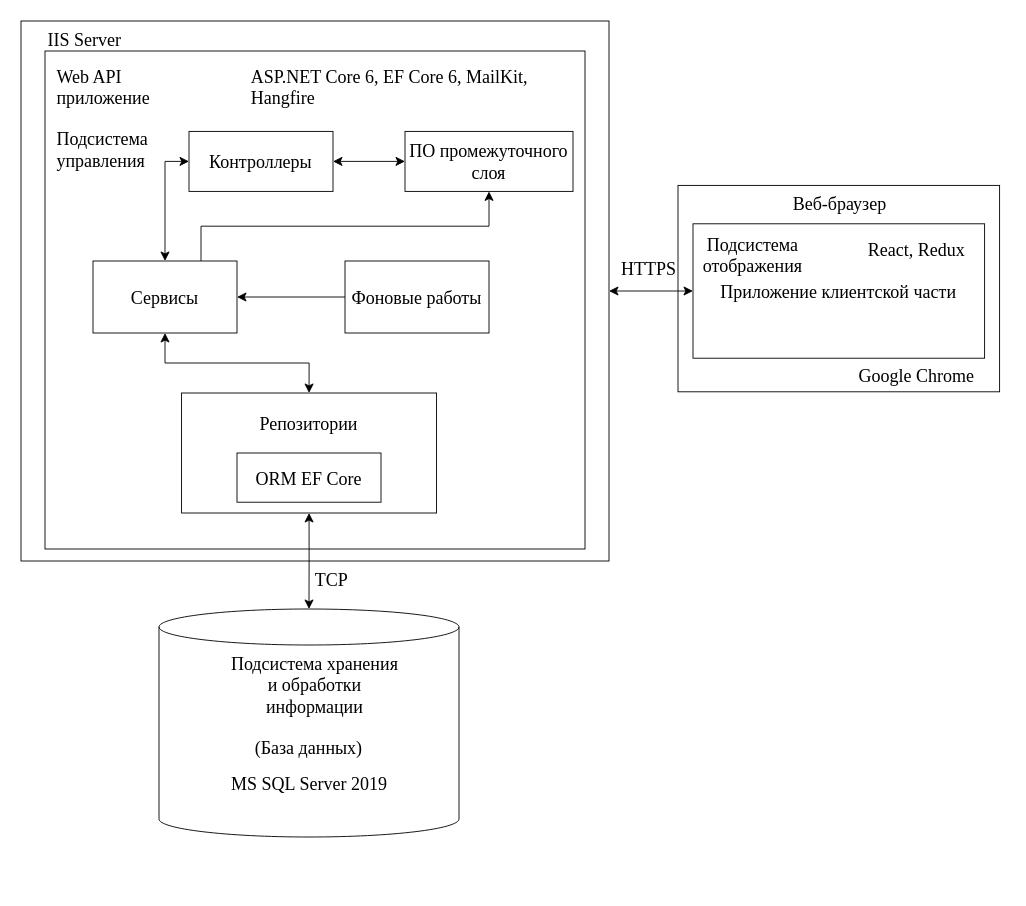
The draw.io diagram Docs/AppArchitechture.drawio in l1mb/BetterSave, before the edit. Source tidied: cells renumbered, new cells numbered last; positions are measured from the earlier drawing's top-left corner, leaving out a move shared by most shapes. Both pictures are drawn from the tidied source at 120%, with x=0, y=0 at pixel (20, 20).
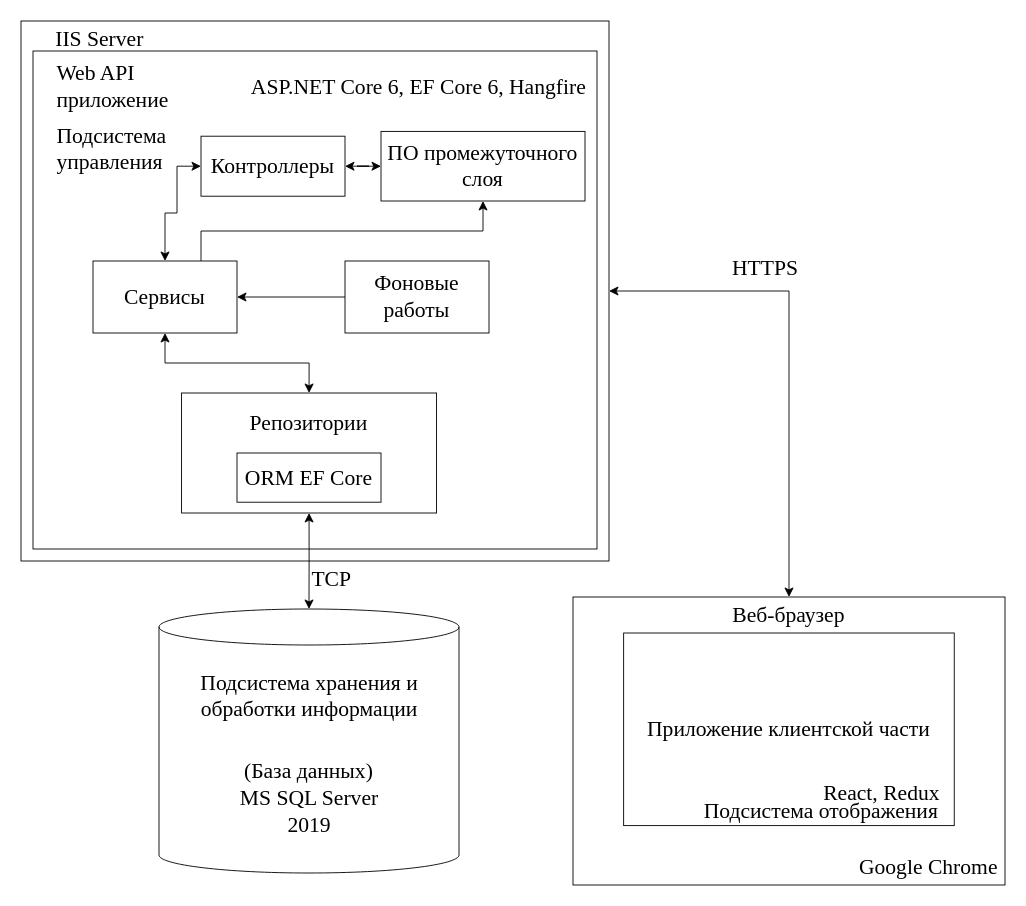
Above is the later version.

Diff of the diagram source:
```diff
@@
-    <mxCell id="2" style="rounded=0;whiteSpace=wrap;html=1;strokeColor=default;fontFamily=Times New Roman;fontSize=15;fontColor=default;fillColor=default;strokeWidth=0.75;" parent="1" vertex="1">
+    <mxCell id="2" style="rounded=0;whiteSpace=wrap;html=1;strokeColor=default;fontFamily=Times New Roman;fontSize=18;fontColor=default;fillColor=default;strokeWidth=0.75;" parent="1" vertex="1">
       <mxGeometry width="490" height="450" as="geometry" />
     </mxCell>
-    <mxCell id="3" style="rounded=0;whiteSpace=wrap;html=1;fontSize=15;fontFamily=Times New Roman;strokeWidth=0.75;" parent="1" vertex="1">
-      <mxGeometry x="547.5" y="137" width="268" height="172" as="geometry" />
+    <mxCell id="3" style="rounded=0;whiteSpace=wrap;html=1;fontSize=18;fontFamily=Times New Roman;strokeWidth=0.75;" parent="1" vertex="1">
+      <mxGeometry x="460" y="480" width="360" height="240" as="geometry" />
     </mxCell>
-    <mxCell id="4" style="rounded=0;jettySize=auto;html=1;exitX=0;exitY=0.5;exitDx=0;exitDy=0;fontFamily=Times New Roman;fontSize=15;fontColor=default;startArrow=classic;startFill=1;entryX=1;entryY=0.5;entryDx=0;entryDy=0;strokeWidth=0.75;" parent="1" edge="1" source="5" target="2">
+    <mxCell id="4" style="rounded=0;jettySize=auto;html=1;exitX=0.5;exitY=0;exitDx=0;exitDy=0;fontFamily=Times New Roman;fontSize=18;fontColor=default;startArrow=classic;startFill=1;entryX=1;entryY=0.5;entryDx=0;entryDy=0;strokeWidth=0.75;edgeStyle=orthogonalEdgeStyle;" parent="1" edge="1" source="3" target="2">
       <mxGeometry relative="1" as="geometry" />
     </mxCell>
-    <mxCell id="5" value="Приложение клиентской части" style="rounded=0;whiteSpace=wrap;html=1;fontSize=15;fontFamily=Times New Roman;strokeWidth=0.75;" parent="1" vertex="1">
-      <mxGeometry x="560" y="169" width="243" height="112" as="geometry" />
+    <mxCell id="5" value="Приложение клиентской части" style="rounded=0;whiteSpace=wrap;html=1;fontSize=18;fontFamily=Times New Roman;strokeWidth=0.75;" parent="1" vertex="1">
+      <mxGeometry x="502.2" y="510" width="275.5" height="160.5" as="geometry" />
     </mxCell>
-    <mxCell id="6" style="rounded=0;whiteSpace=wrap;html=1;fontSize=15;fontFamily=Times New Roman;strokeWidth=0.75;" parent="1" vertex="1">
-      <mxGeometry x="20" y="25" width="450" height="415" as="geometry" />
+    <mxCell id="6" style="rounded=0;whiteSpace=wrap;html=1;fontSize=18;fontFamily=Times New Roman;strokeWidth=0.75;" parent="1" vertex="1">
+      <mxGeometry x="10" y="25" width="470" height="415" as="geometry" />
     </mxCell>
-    <mxCell id="7" value="Подсистема отображения" style="text;html=1;strokeColor=none;fillColor=none;align=center;verticalAlign=middle;whiteSpace=wrap;rounded=0;fontSize=15;fontFamily=Times New Roman;strokeWidth=0.75;" parent="1" vertex="1">
-      <mxGeometry x="570" y="174.5" width="80" height="40" as="geometry" />
+    <mxCell id="7" value="Подсистема отображения" style="text;html=1;strokeColor=none;fillColor=none;align=center;verticalAlign=middle;whiteSpace=wrap;rounded=0;fontSize=18;fontFamily=Times New Roman;strokeWidth=0.75;" parent="1" vertex="1">
+      <mxGeometry x="566.5" y="639" width="200" height="40" as="geometry" />
     </mxCell>
-    <mxCell id="8" value="Веб-браузер" style="text;html=1;strokeColor=none;fillColor=none;align=center;verticalAlign=middle;whiteSpace=wrap;rounded=0;fontSize=15;fontFamily=Times New Roman;strokeWidth=0.75;" parent="1" vertex="1">
-      <mxGeometry x="634.5" y="137" width="95" height="30" as="geometry" />
+    <mxCell id="8" value="Веб-браузер" style="text;html=1;strokeColor=none;fillColor=none;align=center;verticalAlign=middle;whiteSpace=wrap;rounded=0;fontSize=18;fontFamily=Times New Roman;strokeWidth=0.75;" parent="1" vertex="1">
+      <mxGeometry x="570" y="480" width="140" height="30" as="geometry" />
     </mxCell>
-    <mxCell id="9" value="Web API приложение" style="text;html=1;strokeColor=none;fillColor=none;align=left;verticalAlign=middle;whiteSpace=wrap;rounded=0;fontFamily=Times New Roman;fontSize=15;strokeWidth=0.75;" parent="1" vertex="1">
-      <mxGeometry x="27.5" y="40" width="132.5" height="30" as="geometry" />
+    <mxCell id="9" value="Web API приложение" style="text;html=1;strokeColor=none;fillColor=none;align=left;verticalAlign=middle;whiteSpace=wrap;rounded=0;fontFamily=Times New Roman;fontSize=18;strokeWidth=0.75;" parent="1" vertex="1">
+      <mxGeometry x="27.5" y="40" width="152.5" height="30" as="geometry" />
     </mxCell>
-    <mxCell id="10" value="ASP.NET Core 6, EF Core 6, MailKit, Hangfire" style="text;html=1;strokeColor=none;fillColor=none;align=left;verticalAlign=middle;whiteSpace=wrap;rounded=0;fontFamily=Times New Roman;fontSize=15;strokeWidth=0.75;" parent="1" vertex="1">
-      <mxGeometry x="190" y="40" width="280" height="30" as="geometry" />
+    <mxCell id="10" value="ASP.NET Core 6, EF Core 6, Hangfire" style="text;html=1;strokeColor=none;fillColor=none;align=left;verticalAlign=middle;whiteSpace=wrap;rounded=0;fontFamily=Times New Roman;fontSize=18;strokeWidth=0.75;" parent="1" vertex="1">
+      <mxGeometry x="190" y="40" width="310" height="30" as="geometry" />
     </mxCell>
-    <mxCell id="11" style="shape=cylinder3;whiteSpace=wrap;html=1;boundedLbl=1;backgroundOutline=1;size=15;fontFamily=Times New Roman;fontSize=15;strokeWidth=0.75;" parent="1" vertex="1">
-      <mxGeometry x="115" y="490" width="250" height="190" as="geometry" />
+    <mxCell id="11" style="shape=cylinder3;whiteSpace=wrap;html=1;boundedLbl=1;backgroundOutline=1;size=15;fontFamily=Times New Roman;fontSize=18;strokeWidth=0.75;" parent="1" vertex="1">
+      <mxGeometry x="115" y="490" width="250" height="220" as="geometry" />
     </mxCell>
-    <mxCell id="12" value="TCP" style="text;html=1;strokeColor=none;fillColor=none;align=center;verticalAlign=middle;whiteSpace=wrap;rounded=0;fontFamily=Times New Roman;fontSize=15;strokeWidth=0.75;" parent="1" vertex="1">
+    <mxCell id="12" value="TCP" style="text;html=1;strokeColor=none;fillColor=none;align=center;verticalAlign=middle;whiteSpace=wrap;rounded=0;fontFamily=Times New Roman;fontSize=18;strokeWidth=0.75;" parent="1" vertex="1">
       <mxGeometry x="229" y="450" width="60" height="30" as="geometry" />
     </mxCell>
-    <mxCell id="13" value="Подсистема хранения и обработки информации" style="text;html=1;strokeColor=none;fillColor=none;align=center;verticalAlign=middle;whiteSpace=wrap;rounded=0;fontFamily=Times New Roman;fontSize=15;strokeWidth=0.75;" parent="1" vertex="1">
-      <mxGeometry x="170" y="530" width="150" height="45" as="geometry" />
+    <mxCell id="13" value="Подсистема хранения и обработки информации" style="text;html=1;strokeColor=none;fillColor=none;align=center;verticalAlign=middle;whiteSpace=wrap;rounded=0;fontFamily=Times New Roman;fontSize=18;strokeWidth=0.75;" parent="1" vertex="1">
+      <mxGeometry x="143.8" y="540" width="192.5" height="45" as="geometry" />
     </mxCell>
-    <mxCell id="14" value="(База данных)" style="text;html=1;strokeColor=none;fillColor=none;align=center;verticalAlign=middle;whiteSpace=wrap;rounded=0;fontFamily=Times New Roman;fontSize=15;strokeWidth=0.75;" parent="1" vertex="1">
-      <mxGeometry x="185" y="590" width="110" height="30" as="geometry" />
+    <mxCell id="14" value="(База данных)" style="text;html=1;strokeColor=none;fillColor=none;align=center;verticalAlign=middle;whiteSpace=wrap;rounded=0;fontFamily=Times New Roman;fontSize=18;strokeWidth=0.75;" parent="1" vertex="1">
+      <mxGeometry x="185" y="610" width="110" height="30" as="geometry" />
     </mxCell>
-    <mxCell id="15" value="MS SQL Server 2019" style="text;html=1;strokeColor=none;fillColor=none;align=center;verticalAlign=middle;whiteSpace=wrap;rounded=0;fontFamily=Times New Roman;fontSize=15;strokeWidth=0.75;" parent="1" vertex="1">
-      <mxGeometry x="172.5" y="620" width="135" height="30" as="geometry" />
+    <mxCell id="15" value="MS SQL Server 2019" style="text;html=1;strokeColor=none;fillColor=none;align=center;verticalAlign=middle;whiteSpace=wrap;rounded=0;fontFamily=Times New Roman;fontSize=18;strokeWidth=0.75;" parent="1" vertex="1">
+      <mxGeometry x="162.5" y="644" width="155" height="30" as="geometry" />
     </mxCell>
-    <mxCell id="16" value="React, Redux" style="text;html=1;strokeColor=none;fillColor=none;align=center;verticalAlign=middle;whiteSpace=wrap;rounded=0;fontFamily=Times New Roman;fontSize=15;strokeWidth=0.75;" parent="1" vertex="1">
-      <mxGeometry x="690" y="174.5" width="113" height="30" as="geometry" />
+    <mxCell id="16" value="React, Redux" style="text;html=1;strokeColor=none;fillColor=none;align=center;verticalAlign=middle;whiteSpace=wrap;rounded=0;fontFamily=Times New Roman;fontSize=18;strokeWidth=0.75;" parent="1" vertex="1">
+      <mxGeometry x="661" y="629" width="113" height="30" as="geometry" />
     </mxCell>
-    <mxCell id="17" value="Подсистема управления" style="text;html=1;strokeColor=none;fillColor=none;align=left;verticalAlign=middle;whiteSpace=wrap;rounded=0;fontFamily=Times New Roman;fontSize=15;strokeWidth=0.75;" parent="1" vertex="1">
+    <mxCell id="17" value="Подсистема управления" style="text;html=1;strokeColor=none;fillColor=none;align=left;verticalAlign=middle;whiteSpace=wrap;rounded=0;fontFamily=Times New Roman;fontSize=18;strokeWidth=0.75;" parent="1" vertex="1">
       <mxGeometry x="27.5" y="92" width="80" height="30" as="geometry" />
     </mxCell>
-    <mxCell id="18" value="Google Chrome" style="text;html=1;strokeColor=none;fillColor=none;align=center;verticalAlign=middle;whiteSpace=wrap;rounded=0;fontFamily=Times New Roman;fontSize=15;strokeWidth=0.75;" parent="1" vertex="1">
-      <mxGeometry x="683" y="280" width="127" height="30" as="geometry" />
+    <mxCell id="18" value="Google Chrome" style="text;html=1;strokeColor=none;fillColor=none;align=center;verticalAlign=middle;whiteSpace=wrap;rounded=0;fontFamily=Times New Roman;fontSize=18;strokeWidth=0.75;" parent="1" vertex="1">
+      <mxGeometry x="693" y="690" width="127" height="30" as="geometry" />
     </mxCell>
-    <mxCell id="19" style="edgeStyle=orthogonalEdgeStyle;rounded=0;jettySize=auto;html=1;entryX=1;entryY=0.5;entryDx=0;entryDy=0;fontFamily=Times New Roman;fontSize=15;fontColor=default;startArrow=classic;startFill=1;strokeWidth=0.75;" parent="1" edge="1" source="20" target="22">
+    <mxCell id="19" style="edgeStyle=orthogonalEdgeStyle;rounded=0;jettySize=auto;html=1;entryX=1;entryY=0.5;entryDx=0;entryDy=0;fontFamily=Times New Roman;fontSize=18;fontColor=default;startArrow=classic;startFill=1;strokeWidth=0.75;" parent="1" edge="1" source="20" target="22">
       <mxGeometry relative="1" as="geometry" />
     </mxCell>
-    <mxCell id="20" value="ПО промежуточного слоя" style="rounded=0;whiteSpace=wrap;html=1;fontFamily=Times New Roman;fontSize=15;strokeWidth=0.75;" parent="1" vertex="1">
-      <mxGeometry x="320" y="92" width="140" height="50" as="geometry" />
+    <mxCell id="20" value="ПО промежуточного слоя" style="rounded=0;whiteSpace=wrap;html=1;fontFamily=Times New Roman;fontSize=18;strokeWidth=0.75;" parent="1" vertex="1">
+      <mxGeometry x="300" y="92" width="170" height="58" as="geometry" />
     </mxCell>
-    <mxCell id="21" style="edgeStyle=orthogonalEdgeStyle;rounded=0;jettySize=auto;html=1;exitX=0;exitY=0.5;exitDx=0;exitDy=0;entryX=0.5;entryY=0;entryDx=0;entryDy=0;fontFamily=Times New Roman;fontSize=15;fontColor=default;startArrow=classic;startFill=1;strokeWidth=0.75;" parent="1" edge="1" source="22" target="25">
-      <mxGeometry relative="1" as="geometry" />
+    <mxCell id="21" style="edgeStyle=orthogonalEdgeStyle;rounded=0;jettySize=auto;html=1;exitX=0;exitY=0.5;exitDx=0;exitDy=0;entryX=0.5;entryY=0;entryDx=0;entryDy=0;fontFamily=Times New Roman;fontSize=18;fontColor=default;startArrow=classic;startFill=1;strokeWidth=0.75;" parent="1" edge="1" source="22" target="25">
+      <mxGeometry relative="1" as="geometry">
+        <Array as="points">
+          <mxPoint x="130" y="121" />
+          <mxPoint x="130" y="160" />
+          <mxPoint x="120" y="160" />
+        </Array>
+      </mxGeometry>
     </mxCell>
-    <mxCell id="22" value="Контроллеры" style="rounded=0;whiteSpace=wrap;html=1;fontFamily=Times New Roman;fontSize=15;strokeWidth=0.75;" parent="1" vertex="1">
-      <mxGeometry x="140" y="92" width="120" height="50" as="geometry" />
+    <mxCell id="22" value="Контроллеры" style="rounded=0;whiteSpace=wrap;html=1;fontFamily=Times New Roman;fontSize=18;strokeWidth=0.75;" parent="1" vertex="1">
+      <mxGeometry x="150" y="96" width="120" height="50" as="geometry" />
     </mxCell>
-    <mxCell id="23" style="edgeStyle=orthogonalEdgeStyle;rounded=0;jettySize=auto;html=1;exitX=0.5;exitY=1;exitDx=0;exitDy=0;entryX=0.5;entryY=0;entryDx=0;entryDy=0;fontFamily=Times New Roman;fontSize=15;fontColor=default;startArrow=classic;startFill=1;strokeWidth=0.75;" parent="1" edge="1" source="25" target="27">
+    <mxCell id="23" style="edgeStyle=orthogonalEdgeStyle;rounded=0;jettySize=auto;html=1;exitX=0.5;exitY=1;exitDx=0;exitDy=0;entryX=0.5;entryY=0;entryDx=0;entryDy=0;fontFamily=Times New Roman;fontSize=18;fontColor=default;startArrow=classic;startFill=1;strokeWidth=0.75;" parent="1" edge="1" source="25" target="27">
       <mxGeometry relative="1" as="geometry" />
     </mxCell>
-    <mxCell id="24" style="edgeStyle=orthogonalEdgeStyle;rounded=0;jettySize=auto;html=1;exitX=0.75;exitY=0;exitDx=0;exitDy=0;entryX=0.5;entryY=1;entryDx=0;entryDy=0;fontFamily=Times New Roman;fontSize=15;fontColor=default;strokeWidth=0.75;" parent="1" edge="1" source="25" target="20">
+    <mxCell id="24" style="edgeStyle=orthogonalEdgeStyle;rounded=0;jettySize=auto;html=1;exitX=0.75;exitY=0;exitDx=0;exitDy=0;entryX=0.5;entryY=1;entryDx=0;entryDy=0;fontFamily=Times New Roman;fontSize=18;fontColor=default;strokeWidth=0.75;" parent="1" edge="1" source="25" target="20">
       <mxGeometry relative="1" as="geometry" />
     </mxCell>
-    <mxCell id="25" value="Сервисы" style="rounded=0;whiteSpace=wrap;html=1;fontFamily=Times New Roman;fontSize=15;strokeWidth=0.75;" parent="1" vertex="1">
+    <mxCell id="25" value="Сервисы" style="rounded=0;whiteSpace=wrap;html=1;fontFamily=Times New Roman;fontSize=18;strokeWidth=0.75;" parent="1" vertex="1">
       <mxGeometry x="60" y="200" width="120" height="60" as="geometry" />
     </mxCell>
-    <mxCell id="26" style="edgeStyle=orthogonalEdgeStyle;rounded=0;jettySize=auto;html=1;exitX=0.5;exitY=1;exitDx=0;exitDy=0;entryX=0.5;entryY=0;entryDx=0;entryDy=0;entryPerimeter=0;startArrow=classic;startFill=1;fontFamily=Times New Roman;fontSize=15;strokeWidth=0.75;" parent="1" edge="1" source="27" target="11">
+    <mxCell id="26" style="edgeStyle=orthogonalEdgeStyle;rounded=0;jettySize=auto;html=1;exitX=0.5;exitY=1;exitDx=0;exitDy=0;entryX=0.5;entryY=0;entryDx=0;entryDy=0;entryPerimeter=0;startArrow=classic;startFill=1;fontFamily=Times New Roman;fontSize=18;strokeWidth=0.75;" parent="1" edge="1" source="27" target="11">
       <mxGeometry relative="1" as="geometry" />
     </mxCell>
-    <mxCell id="27" style="rounded=0;whiteSpace=wrap;html=1;fontFamily=Times New Roman;fontSize=15;strokeWidth=0.75;" parent="1" vertex="1">
+    <mxCell id="27" style="rounded=0;whiteSpace=wrap;html=1;fontFamily=Times New Roman;fontSize=18;strokeWidth=0.75;" parent="1" vertex="1">
       <mxGeometry x="133.8" y="310" width="212.5" height="100" as="geometry" />
     </mxCell>
-    <mxCell id="28" value="ORM EF Core" style="rounded=0;whiteSpace=wrap;html=1;fontFamily=Times New Roman;fontSize=15;strokeWidth=0.75;" parent="1" vertex="1">
+    <mxCell id="28" value="ORM EF Core" style="rounded=0;whiteSpace=wrap;html=1;fontFamily=Times New Roman;fontSize=18;strokeWidth=0.75;" parent="1" vertex="1">
       <mxGeometry x="180" y="360" width="120" height="41" as="geometry" />
     </mxCell>
-    <mxCell id="29" value="Репозитории" style="text;html=1;strokeColor=none;fillColor=none;align=center;verticalAlign=middle;whiteSpace=wrap;rounded=0;fontFamily=Times New Roman;fontSize=15;strokeWidth=0.75;" parent="1" vertex="1">
+    <mxCell id="29" value="Репозитории" style="text;html=1;strokeColor=none;fillColor=none;align=center;verticalAlign=middle;whiteSpace=wrap;rounded=0;fontFamily=Times New Roman;fontSize=18;strokeWidth=0.75;" parent="1" vertex="1">
       <mxGeometry x="200" y="320" width="80" height="30" as="geometry" />
     </mxCell>
-    <mxCell id="30" style="edgeStyle=orthogonalEdgeStyle;rounded=0;jettySize=auto;html=1;entryX=1;entryY=0.5;entryDx=0;entryDy=0;fontFamily=Times New Roman;fontSize=15;fontColor=default;strokeWidth=0.75;" parent="1" edge="1" source="31" target="25">
+    <mxCell id="30" style="edgeStyle=orthogonalEdgeStyle;rounded=0;jettySize=auto;html=1;entryX=1;entryY=0.5;entryDx=0;entryDy=0;fontFamily=Times New Roman;fontSize=18;fontColor=default;strokeWidth=0.75;" parent="1" edge="1" source="31" target="25">
       <mxGeometry relative="1" as="geometry" />
     </mxCell>
-    <mxCell id="31" value="Фоновые работы" style="rounded=0;whiteSpace=wrap;html=1;strokeColor=default;fontFamily=Times New Roman;fontSize=15;fontColor=default;fillColor=default;strokeWidth=0.75;" parent="1" vertex="1">
+    <mxCell id="31" value="Фоновые работы" style="rounded=0;whiteSpace=wrap;html=1;strokeColor=default;fontFamily=Times New Roman;fontSize=18;fontColor=default;fillColor=default;strokeWidth=0.75;" parent="1" vertex="1">
       <mxGeometry x="270" y="200" width="120" height="60" as="geometry" />
     </mxCell>
-    <mxCell id="32" value="&lt;font style=&quot;font-size: 15px;&quot;&gt;HTTPS&lt;/font&gt;" style="text;html=1;align=center;verticalAlign=middle;strokeColor=none;fillColor=none;fontSize=15;fontFamily=Times New Roman;fontColor=default;strokeWidth=0.75;" parent="1" vertex="1">
-      <mxGeometry x="488" y="191" width="70" height="30" as="geometry" />
+    <mxCell id="32" value="&lt;font style=&quot;font-size: 18px;&quot;&gt;HTTPS&lt;/font&gt;" style="text;html=1;align=center;verticalAlign=middle;strokeColor=none;fillColor=none;fontSize=18;fontFamily=Times New Roman;fontColor=default;strokeWidth=0.75;" parent="1" vertex="1">
+      <mxGeometry x="580" y="186" width="80" height="40" as="geometry" />
     </mxCell>
-    <mxCell id="33" value="IIS Server&amp;nbsp;" style="text;html=1;strokeColor=none;fillColor=none;align=center;verticalAlign=middle;whiteSpace=wrap;rounded=0;fontSize=15;fontFamily=Times New Roman;fontColor=default;strokeWidth=0.75;" parent="1" vertex="1">
-      <mxGeometry x="20" width="70" height="30" as="geometry" />
+    <mxCell id="33" value="IIS Server&amp;nbsp;" style="text;html=1;strokeColor=none;fillColor=none;align=center;verticalAlign=middle;whiteSpace=wrap;rounded=0;fontSize=18;fontFamily=Times New Roman;fontColor=default;strokeWidth=0.75;" parent="1" vertex="1">
+      <mxGeometry x="12.5" width="110" height="30" as="geometry" />
     </mxCell>
```
